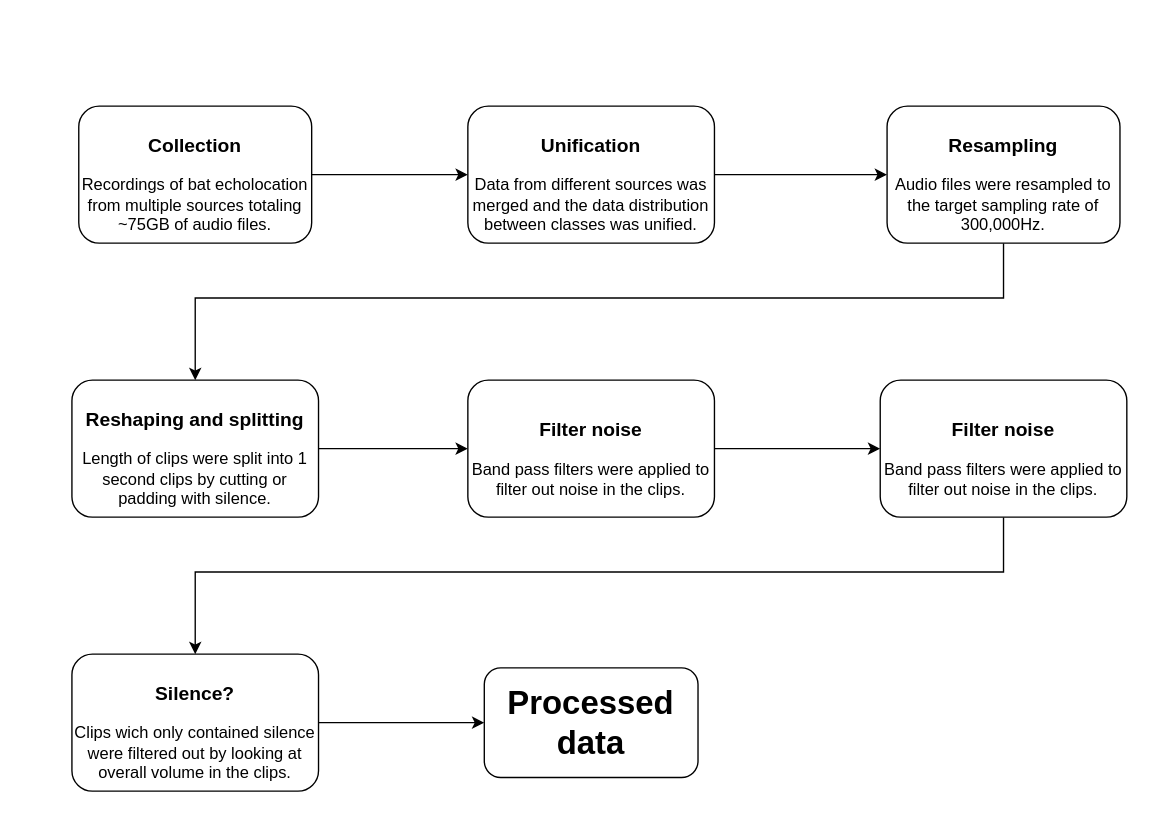
Above: illustrations/data_pipeline.drawio in jphilis/TIF360-Project (draw.io), before the change. Source tidied: cells renumbered, new cells numbered last; positions are measured from the earlier drawing's top-left corner, leaving out a move shared by most shapes. Both pictures are drawn from the tidied source at 137%, with x=0, y=0 at pixel (71, 105).
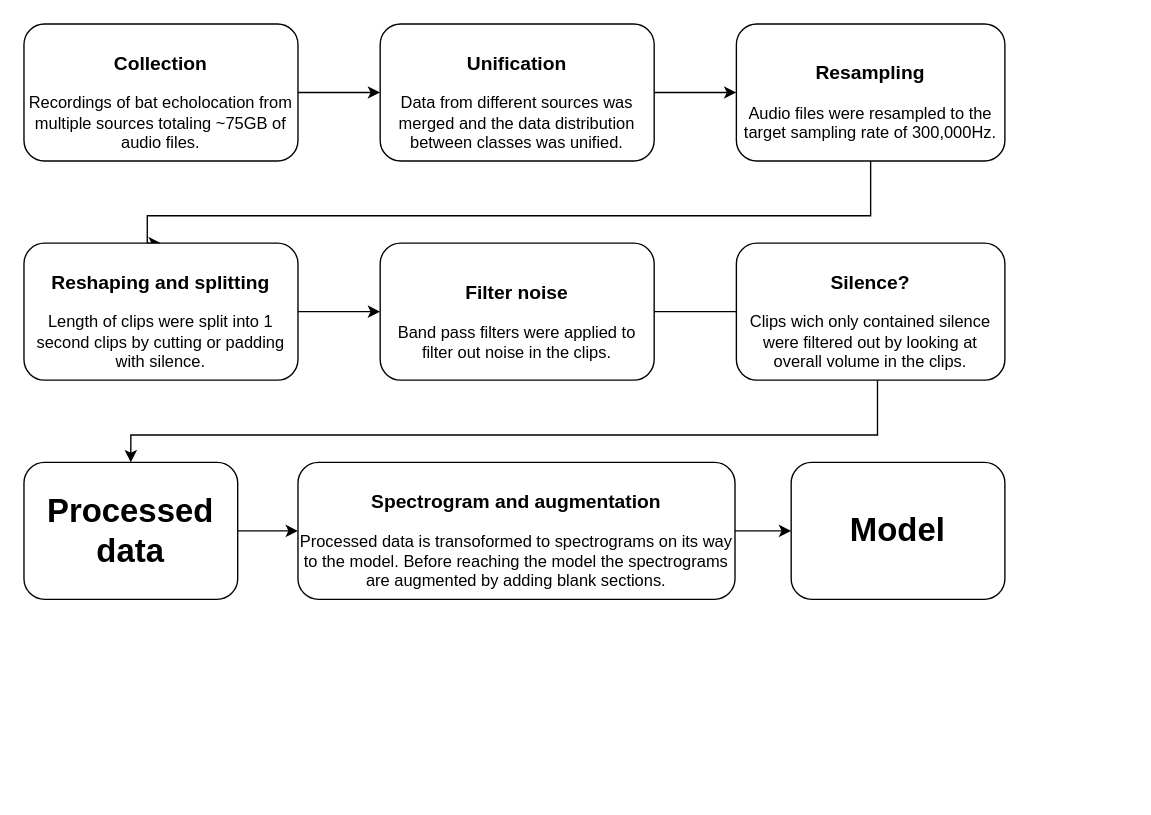
The same diagram, later.

Commit message:
update data pipeline diagram

What changed in the source:
```diff
@@
     <mxCell id="3" value="&lt;h3&gt;Collection&lt;/h3&gt;&lt;div&gt;Recordings of bat echolocation from multiple sources totaling ~75GB of audio files.&lt;/div&gt;" style="rounded=1;whiteSpace=wrap;html=1;" parent="1" vertex="1">
-      <mxGeometry x="5" width="170" height="100" as="geometry" />
+      <mxGeometry x="-35" y="-60" width="200" height="100" as="geometry" />
     </mxCell>
@@
     <mxCell id="5" value="&lt;h3&gt;Unification&lt;/h3&gt;&lt;div&gt;Data from different sources was merged and the data distribution between classes was unified.&lt;/div&gt;" style="rounded=1;whiteSpace=wrap;html=1;" parent="1" vertex="1">
-      <mxGeometry x="289" width="180" height="100" as="geometry" />
+      <mxGeometry x="225" y="-60" width="200" height="100" as="geometry" />
     </mxCell>
-    <mxCell id="6" style="edgeStyle=orthogonalEdgeStyle;rounded=0;jettySize=auto;html=1;entryX=0.5;entryY=0;entryDx=0;entryDy=0;" parent="1" edge="1" source="7" target="9">
+    <mxCell id="6" style="edgeStyle=orthogonalEdgeStyle;rounded=0;jettySize=auto;html=1;entryX=0.5;entryY=0;entryDx=0;entryDy=0;exitX=0.5;exitY=1;exitDx=0;exitDy=0;" parent="1" edge="1" source="7" target="9">
       <mxGeometry relative="1" as="geometry">
         <Array as="points">
-          <mxPoint x="680" y="140" />
-          <mxPoint x="90" y="140" />
+          <mxPoint x="583" y="80" />
+          <mxPoint x="55" y="80" />
         </Array>
       </mxGeometry>
     </mxCell>
     <mxCell id="7" value="&lt;h3&gt;Resampling&lt;/h3&gt;&lt;div&gt;Audio files were resampled to the target sampling rate of 300,000Hz.&lt;/div&gt;" style="rounded=1;whiteSpace=wrap;html=1;" parent="1" vertex="1">
-      <mxGeometry x="595" width="170" height="100" as="geometry" />
+      <mxGeometry x="485" y="-60" width="196" height="100" as="geometry" />
     </mxCell>
@@
     <mxCell id="9" value="&lt;h3&gt;Reshaping and splitting&lt;/h3&gt;&lt;div&gt;Length of clips were split into 1 second clips by cutting or padding with silence.&lt;/div&gt;" style="rounded=1;whiteSpace=wrap;html=1;" parent="1" vertex="1">
-      <mxGeometry y="200" width="180" height="100" as="geometry" />
+      <mxGeometry x="-35" y="100" width="200" height="100" as="geometry" />
     </mxCell>
-    <mxCell id="10" style="edgeStyle=orthogonalEdgeStyle;rounded=0;jettySize=auto;html=1;entryX=0;entryY=0.5;entryDx=0;entryDy=0;" parent="1" edge="1" source="11" target="13">
-      <mxGeometry relative="1" as="geometry" />
+    <mxCell id="10" style="edgeStyle=orthogonalEdgeStyle;rounded=0;jettySize=auto;html=1;entryX=0;entryY=0.5;entryDx=0;entryDy=0;" parent="1" edge="1" source="11">
+      <mxGeometry relative="1" as="geometry">
+        <mxPoint x="550" y="150" as="targetPoint" />
+      </mxGeometry>
     </mxCell>
     <mxCell id="11" value="&lt;h3&gt;Filter noise&lt;/h3&gt;&lt;div&gt;Band pass filters were applied to filter out noise in the clips.&lt;/div&gt;" style="rounded=1;whiteSpace=wrap;html=1;" parent="1" vertex="1">
-      <mxGeometry x="289" y="200" width="180" height="100" as="geometry" />
+      <mxGeometry x="225" y="100" width="200" height="100" as="geometry" />
     </mxCell>
-    <mxCell id="12" style="edgeStyle=orthogonalEdgeStyle;rounded=0;jettySize=auto;html=1;entryX=0.5;entryY=0;entryDx=0;entryDy=0;" parent="1" edge="1" source="13" target="15">
-      <mxGeometry relative="1" as="geometry">
-        <Array as="points">
-          <mxPoint x="680" y="340" />
-          <mxPoint x="90" y="340" />
-        </Array>
-      </mxGeometry>
-    </mxCell>
-    <mxCell id="13" value="&lt;h3&gt;Filter noise&lt;/h3&gt;&lt;div&gt;Band pass filters were applied to filter out noise in the clips.&lt;/div&gt;" style="rounded=1;whiteSpace=wrap;html=1;" parent="1" vertex="1">
-      <mxGeometry x="590" y="200" width="180" height="100" as="geometry" />
-    </mxCell>
-    <mxCell id="14" style="edgeStyle=orthogonalEdgeStyle;rounded=0;jettySize=auto;html=1;entryX=0;entryY=0.5;entryDx=0;entryDy=0;" parent="1" edge="1" source="15" target="16">
-      <mxGeometry relative="1" as="geometry" />
+    <mxCell id="14" style="edgeStyle=orthogonalEdgeStyle;rounded=0;jettySize=auto;html=1;" parent="1" edge="1" source="15" target="16">
+      <mxGeometry relative="1" as="geometry">
+        <Array as="points">
+          <mxPoint x="588" y="240" />
+          <mxPoint x="43" y="240" />
+        </Array>
+      </mxGeometry>
     </mxCell>
     <mxCell id="15" value="&lt;h3&gt;Silence?&lt;/h3&gt;&lt;div&gt;Clips wich only contained silence were filtered out by looking at overall volume in the clips.&lt;/div&gt;" style="rounded=1;whiteSpace=wrap;html=1;" parent="1" vertex="1">
-      <mxGeometry y="400" width="180" height="100" as="geometry" />
+      <mxGeometry x="485" y="100" width="196" height="100" as="geometry" />
     </mxCell>
+    <mxCell id="17" style="edgeStyle=orthogonalEdgeStyle;rounded=0;jettySize=auto;html=1;" parent="1" edge="1" source="16" target="19">
+      <mxGeometry relative="1" as="geometry" />
+    </mxCell>
     <mxCell id="16" value="&lt;h1&gt;Processed data&lt;/h1&gt;" style="rounded=1;whiteSpace=wrap;html=1;" parent="1" vertex="1">
-      <mxGeometry x="301" y="410" width="156" height="80" as="geometry" />
+      <mxGeometry x="-35" y="260" width="156" height="100" as="geometry" />
     </mxCell>
+    <mxCell id="18" style="edgeStyle=orthogonalEdgeStyle;rounded=0;jettySize=auto;html=1;" parent="1" edge="1" source="19" target="20">
+      <mxGeometry relative="1" as="geometry" />
+    </mxCell>
+    <mxCell id="19" value="&lt;h3&gt;Spectrogram and augmentation&lt;/h3&gt;&lt;div&gt;Processed data is transoformed to spectrograms on its way to the model. Before reaching the model the spectrograms are augmented by adding blank sections.&lt;/div&gt;" style="rounded=1;whiteSpace=wrap;html=1;" parent="1" vertex="1">
+      <mxGeometry x="165" y="260" width="319" height="100" as="geometry" />
+    </mxCell>
+    <mxCell id="20" value="&lt;h1&gt;Model&lt;/h1&gt;" style="rounded=1;whiteSpace=wrap;html=1;" parent="1" vertex="1">
+      <mxGeometry x="525" y="260" width="156" height="100" as="geometry" />
+    </mxCell>
```
